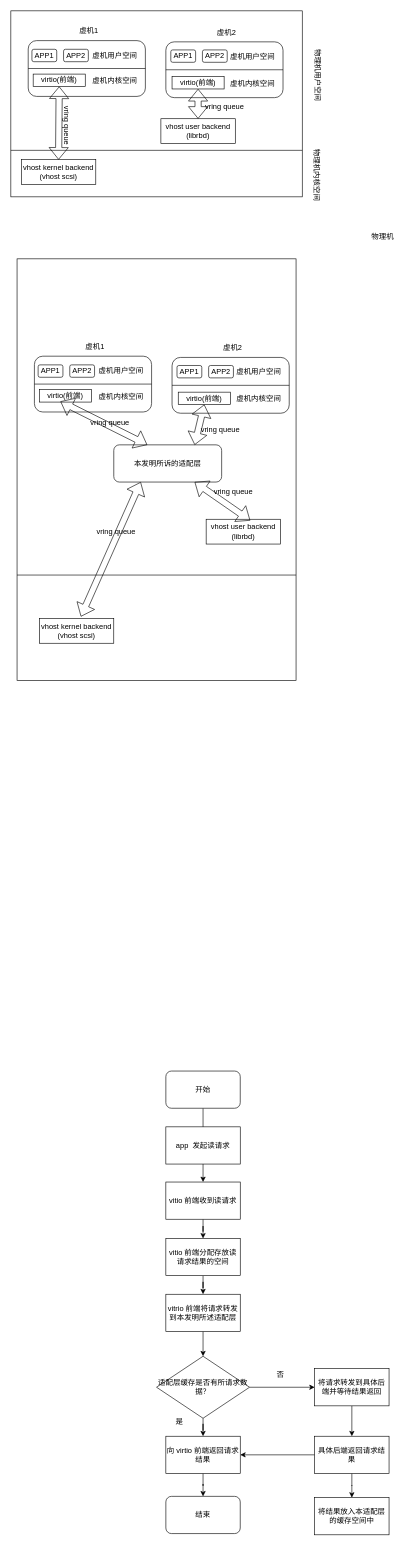
Before: Untitled Diagram.drawio in jeffyjf/drawio, a draw.io diagram. Source tidied: cells renumbered, new cells numbered last; positions are measured from the earlier drawing's top-left corner, leaving out a move shared by most shapes. Both pictures are drawn from the tidied source at 62%, with x=0, y=0 at pixel (11, 11).
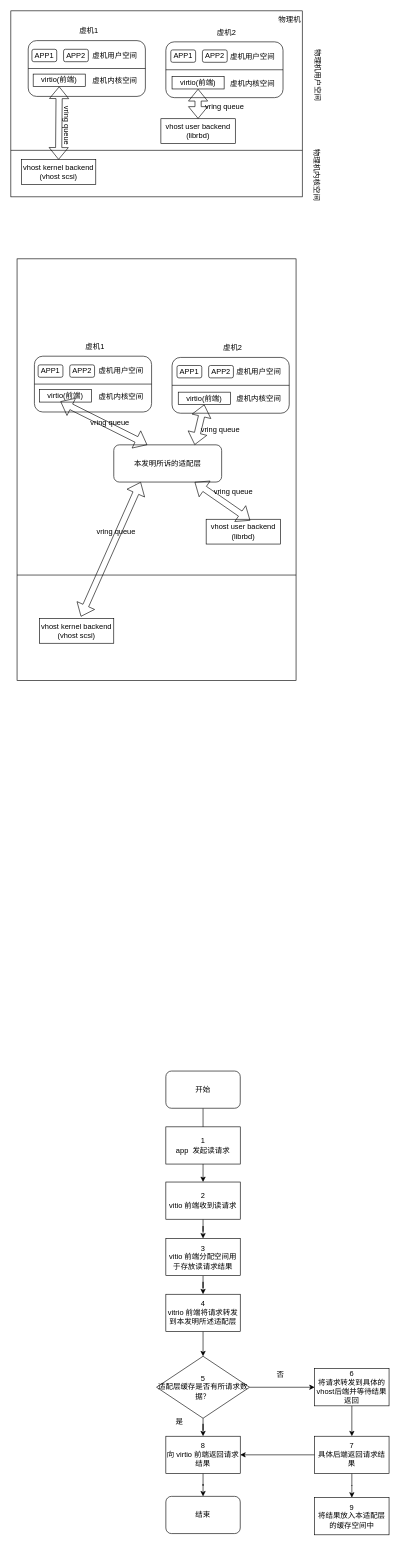
The same diagram, later.

Change to the diagram source:
```diff
@@
     <mxCell id="31" value="物理机" style="text;html=1;strokeColor=none;fillColor=none;align=center;verticalAlign=middle;whiteSpace=wrap;rounded=0;" parent="1" vertex="1">
-      <mxGeometry x="570" y="350" width="60" height="30" as="geometry" />
+      <mxGeometry x="420" width="60" height="30" as="geometry" />
     </mxCell>
@@
-    <mxCell id="60" value="app&amp;nbsp; 发起读请求" style="rounded=0;whiteSpace=wrap;html=1;" parent="1" vertex="1">
+    <mxCell id="60" value="1&lt;br&gt;app&amp;nbsp; 发起读请求" style="rounded=0;whiteSpace=wrap;html=1;" parent="1" vertex="1">
       <mxGeometry x="250" y="1800" width="120" height="60" as="geometry" />
     </mxCell>
@@
-    <mxCell id="62" value="vitio 前端收到读请求" style="rounded=0;whiteSpace=wrap;html=1;" parent="1" vertex="1">
+    <mxCell id="62" value="2&lt;br&gt;vitio 前端收到读请求" style="rounded=0;whiteSpace=wrap;html=1;" parent="1" vertex="1">
       <mxGeometry x="250" y="1889" width="120" height="60" as="geometry" />
     </mxCell>
@@
-    <mxCell id="64" value="vitio 前端分配存放读请求结果的空间" style="rounded=0;whiteSpace=wrap;html=1;" parent="1" vertex="1">
+    <mxCell id="64" value="3&lt;br&gt;vitio 前端分配空间用于存放读请求结果" style="rounded=0;whiteSpace=wrap;html=1;" parent="1" vertex="1">
       <mxGeometry x="250" y="1980" width="120" height="60" as="geometry" />
     </mxCell>
@@
-    <mxCell id="66" value="vitrio 前端将请求转发到本发明所述适配层" style="rounded=0;whiteSpace=wrap;html=1;" parent="1" vertex="1">
+    <mxCell id="66" value="4&lt;br&gt;vitrio 前端将请求转发到本发明所述适配层" style="rounded=0;whiteSpace=wrap;html=1;" parent="1" vertex="1">
       <mxGeometry x="250" y="2070" width="120" height="60" as="geometry" />
     </mxCell>
@@
-    <mxCell id="69" value="适配层缓存是否有所请求数据？" style="rhombus;whiteSpace=wrap;html=1;" parent="1" vertex="1">
+    <mxCell id="69" value="5&lt;br&gt;适配层缓存是否有所请求数据？" style="rhombus;whiteSpace=wrap;html=1;" parent="1" vertex="1">
       <mxGeometry x="235" y="2170" width="150" height="100" as="geometry" />
     </mxCell>
@@
-    <mxCell id="71" value="向 virtio 前端返回请求结果" style="rounded=0;whiteSpace=wrap;html=1;" parent="1" vertex="1">
+    <mxCell id="71" value="8&lt;br&gt;向 virtio 前端返回请求结果" style="rounded=0;whiteSpace=wrap;html=1;" parent="1" vertex="1">
       <mxGeometry x="250" y="2299" width="120" height="60" as="geometry" />
     </mxCell>
@@
-    <mxCell id="73" value="将请求转发到具体后端并等待结果返回" style="rounded=0;whiteSpace=wrap;html=1;" parent="1" vertex="1">
+    <mxCell id="73" value="6&lt;br&gt;将请求转发到具体的vhost后端并等待结果返回" style="rounded=0;whiteSpace=wrap;html=1;" parent="1" vertex="1">
       <mxGeometry x="490" y="2190" width="120" height="60" as="geometry" />
     </mxCell>
@@
-    <mxCell id="76" value="具体后端返回请求结果" style="rounded=0;whiteSpace=wrap;html=1;" parent="1" vertex="1">
+    <mxCell id="76" value="7&lt;br&gt;具体后端返回请求结果" style="rounded=0;whiteSpace=wrap;html=1;" parent="1" vertex="1">
       <mxGeometry x="490" y="2299" width="120" height="60" as="geometry" />
     </mxCell>
-    <mxCell id="77" value="将结果放入本适配层的缓存空间中" style="rounded=0;whiteSpace=wrap;html=1;" parent="1" vertex="1">
+    <mxCell id="77" value="9&lt;br&gt;将结果放入本适配层的缓存空间中" style="rounded=0;whiteSpace=wrap;html=1;" parent="1" vertex="1">
       <mxGeometry x="490" y="2398" width="120" height="60" as="geometry" />
     </mxCell>
```
